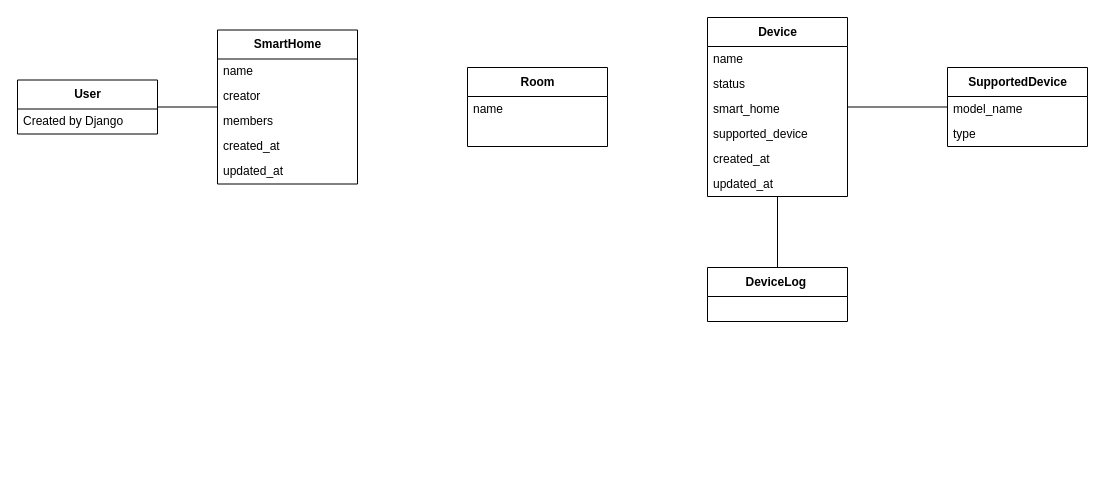
Above: Diagrams/classdiagrams.drawio in iamreallyacar/softwareengineeringsemester2 (draw.io), before the change. Source tidied: cells renumbered, new cells numbered last; positions are measured from the earlier drawing's top-left corner, leaving out a move shared by most shapes. Both pictures are drawn from the tidied source at 100%, with x=0, y=0 at pixel (17, 17).
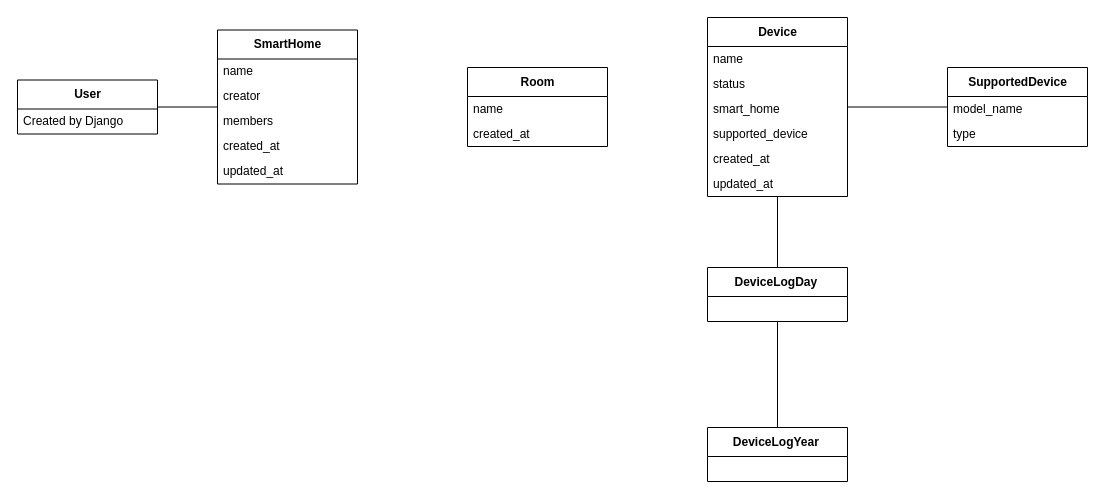
The same page after the edit.

Unchanged cells that the change refers to:
```xml
<mxCell id="25" value="Room" style="swimlane;fontStyle=1;align=center;verticalAlign=middle;horizontal=1;startSize=29;html=1;" parent="1" vertex="1">
  <mxGeometry x="450" y="50" width="140" height="79" as="geometry" />
</mxCell>
```

Diff of the diagram source:
```diff
@@
-    <mxCell id="22" value="DeviceLog&amp;nbsp;" style="swimlane;fontStyle=1;align=center;verticalAlign=middle;horizontal=1;startSize=29;html=1;" parent="1" vertex="1">
+    <mxCell id="22" value="DeviceLogDay&amp;nbsp;" style="swimlane;fontStyle=1;align=center;verticalAlign=middle;horizontal=1;startSize=29;html=1;" parent="1" vertex="1">
       <mxGeometry x="690" y="250" width="140" height="54" as="geometry" />
     </mxCell>
@@
-    <mxCell id="27" style="text;html=1;strokeColor=none;fillColor=none;align=left;verticalAlign=middle;spacingLeft=4;spacingRight=4;overflow=hidden;" parent="25" vertex="1">
+    <mxCell id="27" value="created_at" style="text;html=1;strokeColor=none;fillColor=none;align=left;verticalAlign=middle;spacingLeft=4;spacingRight=4;overflow=hidden;" parent="25" vertex="1">
       <mxGeometry y="54" width="140" height="25" as="geometry" />
     </mxCell>
+    <mxCell id="28" value="DeviceLogYear&amp;nbsp;" style="swimlane;fontStyle=1;align=center;verticalAlign=middle;horizontal=1;startSize=29;html=1;" parent="1" vertex="1">
+      <mxGeometry x="690" y="410" width="140" height="54" as="geometry" />
+    </mxCell>
+    <mxCell id="29" style="text;html=1;strokeColor=none;fillColor=none;align=left;verticalAlign=middle;spacingLeft=4;spacingRight=4;overflow=hidden;" parent="28" vertex="1">
+      <mxGeometry y="29" width="140" height="25" as="geometry" />
+    </mxCell>
+    <mxCell id="30" style="endArrow=none;html=1;exitX=0.5;exitY=0;exitDx=0;exitDy=0;" parent="1" edge="1" source="28" target="22">
+      <mxGeometry relative="1" as="geometry" />
+    </mxCell>
```
